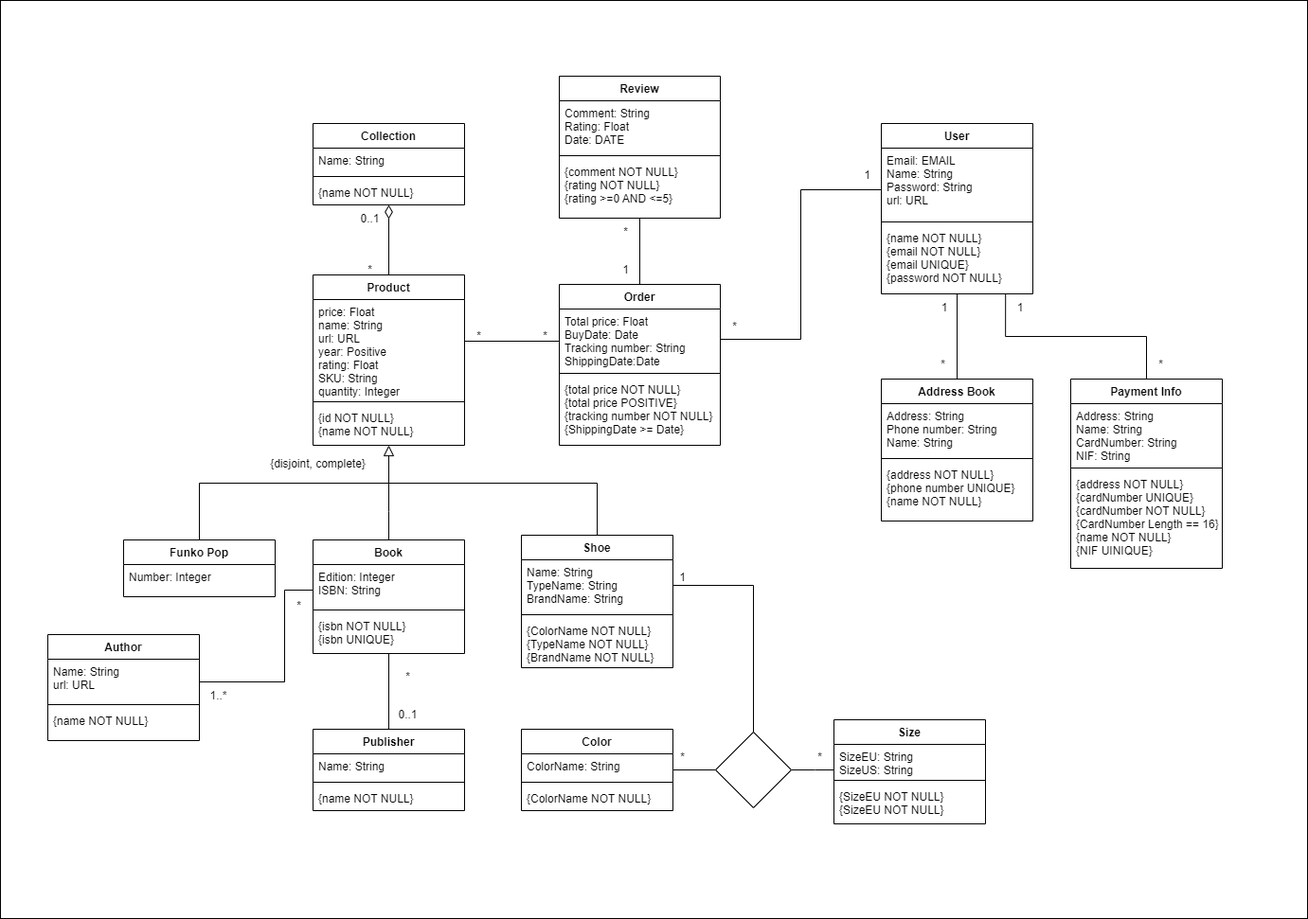
Above: Docs/conceptualDiagram.png in ICWeiner/FEUP-LBAW (draw.io), before the change. Source tidied: cells renumbered, new cells last; positions are measured from the earlier drawing's top-left corner, leaving out a move shared by most shapes.
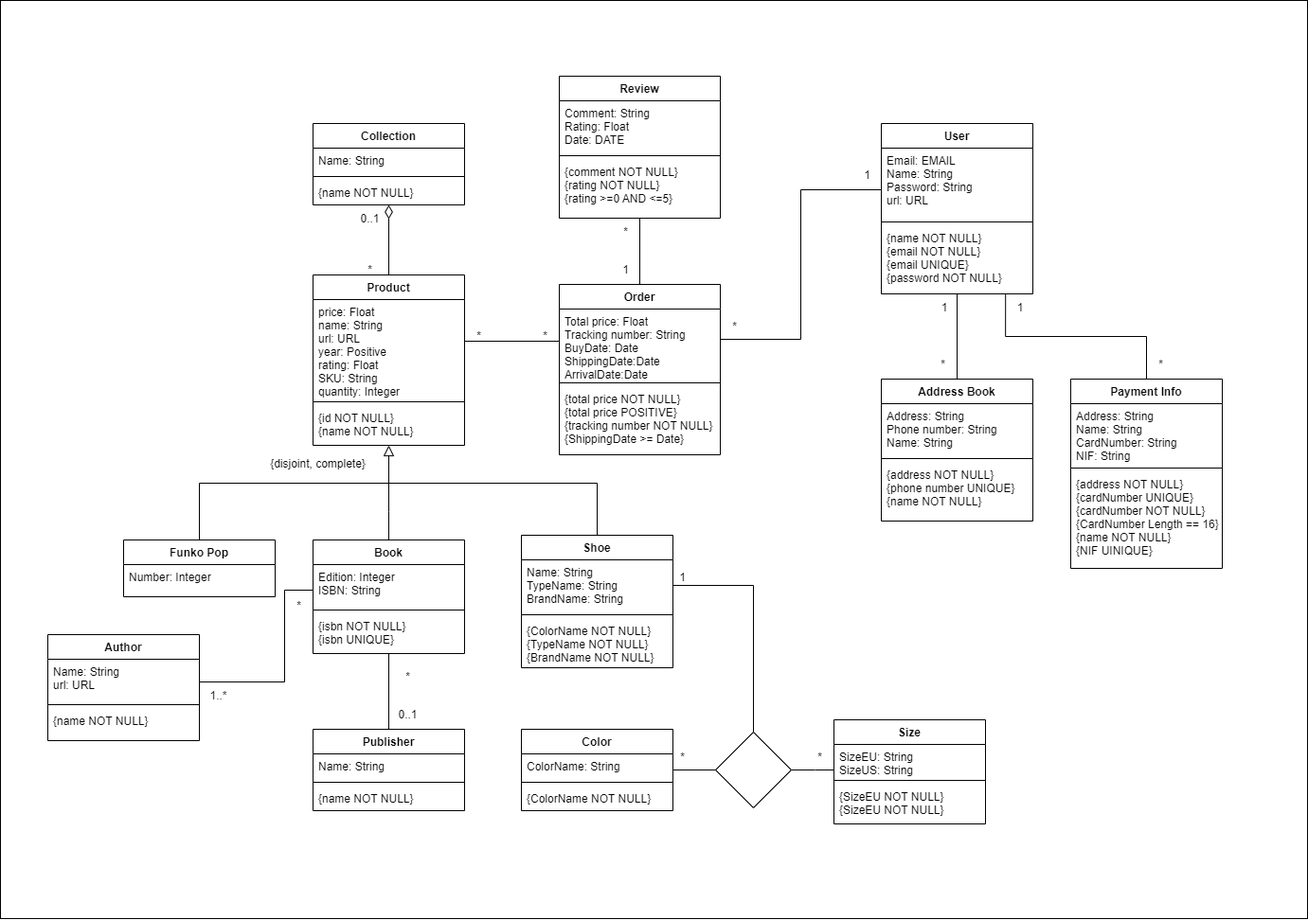
After the commit.

The edit, as a diff of the source:
```diff
@@ -160,16 +160,16 @@
       <mxGeometry relative="1" as="geometry" />
     </mxCell>
     <mxCell id="49" value="Order" style="swimlane;fontStyle=1;align=center;verticalAlign=top;horizontal=1;startSize=26;" parent="1" vertex="1">
-      <mxGeometry x="590" y="300" width="170" height="170" as="geometry" />
+      <mxGeometry x="590" y="300" width="170" height="180" as="geometry" />
     </mxCell>
-    <mxCell id="50" value="Total price: Float&#10;BuyDate: Date&#10;Tracking number: String&#10;ShippingDate:Date" style="text;strokeColor=none;fillColor=none;align=left;verticalAlign=top;spacingLeft=4;spacingRight=4;overflow=hidden;points=[[0,0.5],[1,0.5]];portConstraint=eastwest;" parent="49" vertex="1">
-      <mxGeometry y="26" width="170" height="64" as="geometry" />
+    <mxCell id="50" value="Total price: Float&#10;Tracking number: String&#10;BuyDate: Date&#10;ShippingDate:Date&#10;ArrivalDate:Date" style="text;strokeColor=none;fillColor=none;align=left;verticalAlign=top;spacingLeft=4;spacingRight=4;overflow=hidden;points=[[0,0.5],[1,0.5]];portConstraint=eastwest;" parent="49" vertex="1">
+      <mxGeometry y="26" width="170" height="74" as="geometry" />
     </mxCell>
     <mxCell id="51" style="line;strokeWidth=1;fillColor=none;align=left;verticalAlign=middle;spacingTop=-1;spacingLeft=3;spacingRight=3;labelPosition=right;strokeColor=inherit;" parent="49" vertex="1">
-      <mxGeometry y="90" width="170" height="8" as="geometry" />
+      <mxGeometry y="100" width="170" height="8" as="geometry" />
     </mxCell>
     <mxCell id="52" value="{total price NOT NULL}&#10;{total price POSITIVE}&#10;{tracking number NOT NULL}&#10;{ShippingDate &gt;= Date}" style="text;strokeColor=none;fillColor=none;align=left;verticalAlign=top;spacingLeft=4;spacingRight=4;overflow=hidden;" parent="49" vertex="1">
-      <mxGeometry y="98" width="170" height="72" as="geometry" />
+      <mxGeometry y="108" width="170" height="72" as="geometry" />
     </mxCell>
     <mxCell id="53" style="edgeStyle=orthogonalEdgeStyle;rounded=0;jettySize=auto;html=1;entryX=0;entryY=0.578;entryDx=0;entryDy=0;entryPerimeter=0;strokeWidth=1;endArrow=none;endFill=0;endSize=12;targetPerimeterSpacing=0;" parent="1" edge="1" source="5" target="50">
       <mxGeometry relative="1" as="geometry">
```
